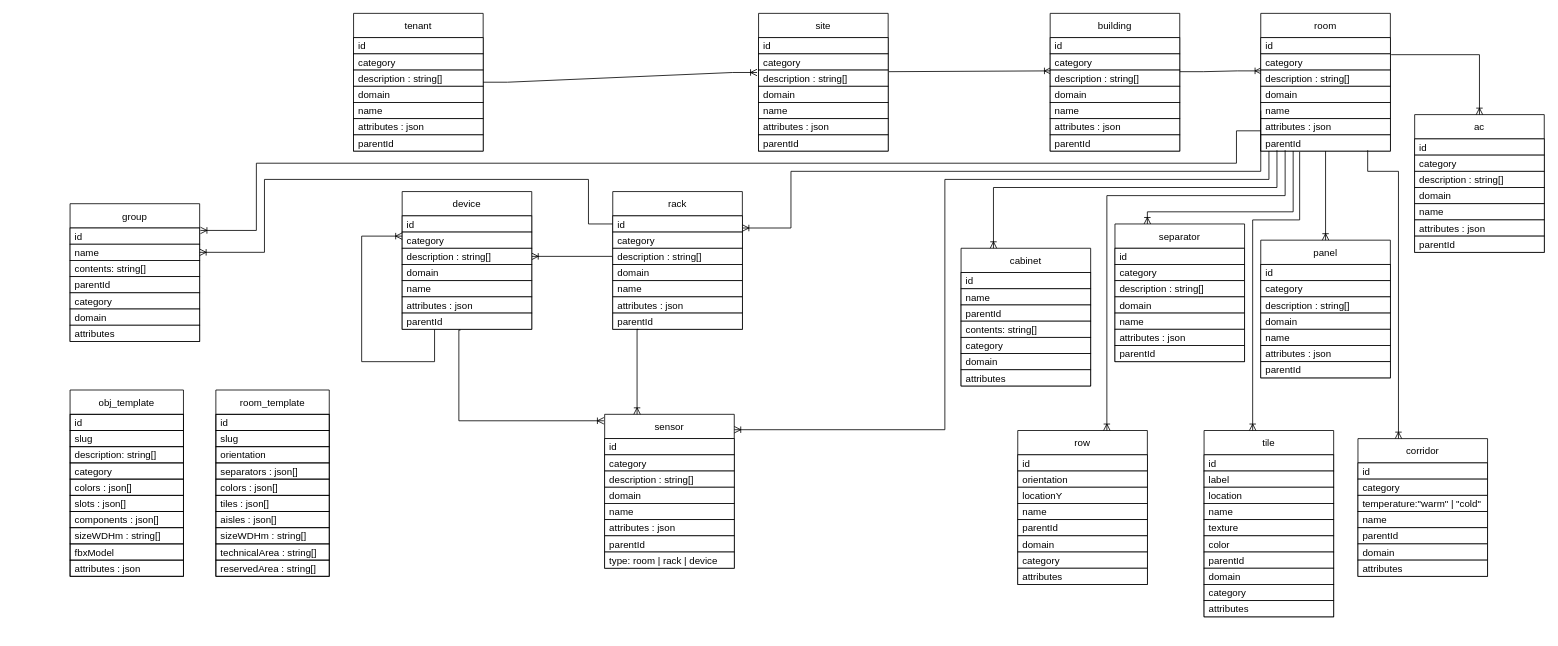
ditrit/OGrEE-Core keeps this draw.io diagram as resources/diagrams/DB.drawio. Above is the earlier version. Source tidied: cells renumbered, new cells numbered last; positions are measured from the earlier drawing's top-left corner, leaving out a move shared by most shapes. Both pictures are drawn from the tidied source at 81%, with x=0, y=0 at pixel (70, 13).
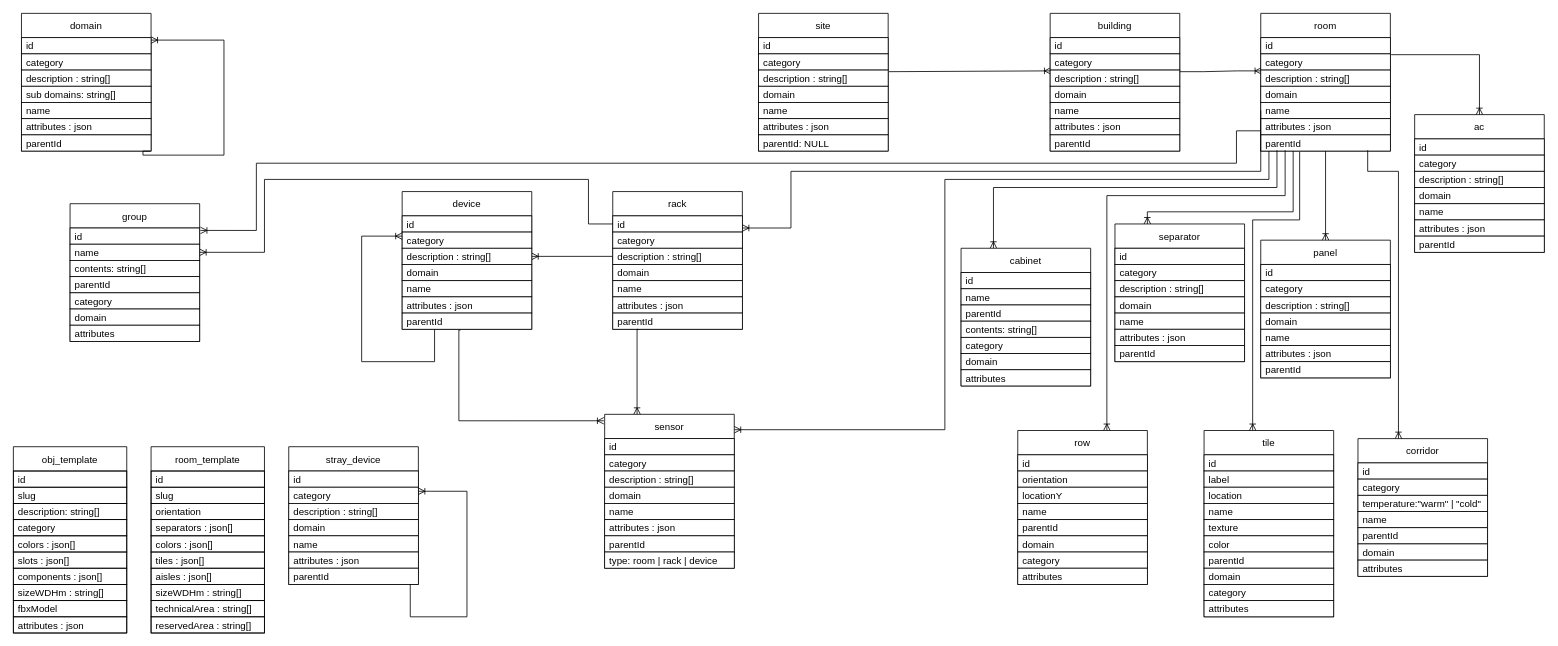
The same page after the edit.

Commit message (it also covers changes not shown here):
Updated DB diagram, createDB in base.go & createdb.js but have not yet deleted Tenants from the project itself yet

The change refers to these unchanged cells:
```xml
<mxCell id="3" value="id" style="text;strokeColor=default;fillColor=default;align=left;verticalAlign=middle;spacingLeft=4;spacingRight=4;overflow=hidden;points=[[0,0.5],[1,0.5]];portConstraint=eastwest;fontColor=default;" parent="2" vertex="1">
  <mxGeometry y="30" width="160" height="20" as="geometry" />
</mxCell>
<mxCell id="9" value="parentId" style="text;strokeColor=default;fillColor=default;align=left;verticalAlign=middle;spacingLeft=4;spacingRight=4;overflow=hidden;points=[[0,0.5],[1,0.5]];portConstraint=eastwest;fontColor=default;" parent="2" vertex="1">
  <mxGeometry y="150" width="160" height="20" as="geometry" />
</mxCell>
<mxCell id="24" value="site" style="swimlane;fontStyle=0;horizontal=1;startSize=30;fillColor=default;strokeColor=default;fontColor=default;" parent="1" vertex="1">
  <mxGeometry x="850" width="160" height="170" as="geometry" />
</mxCell>
<mxCell id="27" value="description : string[]" style="text;strokeColor=default;fillColor=default;align=left;verticalAlign=middle;spacingLeft=4;spacingRight=4;overflow=hidden;points=[[0,0.5],[1,0.5]];portConstraint=eastwest;fontColor=default;" parent="24" vertex="1">
  <mxGeometry y="70" width="160" height="20" as="geometry" />
</mxCell>
```

What changed in the source:
```diff
@@
-    <mxCell id="2" value="tenant" style="swimlane;fontStyle=0;horizontal=1;startSize=30;fillColor=default;strokeColor=default;fontColor=default;" parent="1" vertex="1">
-      <mxGeometry x="350" width="160" height="170" as="geometry" />
+    <mxCell id="2" value="domain" style="swimlane;fontStyle=0;horizontal=1;startSize=30;fillColor=default;strokeColor=default;fontColor=default;" parent="1" vertex="1">
+      <mxGeometry x="-60" width="160" height="170" as="geometry" />
     </mxCell>
@@
-    <mxCell id="6" value="domain" style="text;strokeColor=default;fillColor=default;align=left;verticalAlign=middle;spacingLeft=4;spacingRight=4;overflow=hidden;fontColor=default;" parent="2" vertex="1">
+    <mxCell id="6" value="sub domains: string[]" style="text;strokeColor=default;fillColor=default;align=left;verticalAlign=middle;spacingLeft=4;spacingRight=4;overflow=hidden;fontColor=default;" parent="2" vertex="1">
       <mxGeometry y="90" width="160" height="20" as="geometry" />
     </mxCell>
@@
-    <mxCell id="10" style="endArrow=ERoneToMany;html=1;rounded=0;labelBackgroundColor=default;fontColor=default;strokeColor=default;entryX=-0.012;entryY=0.15;entryDx=0;entryDy=0;exitX=1;exitY=0.5;exitDx=0;exitDy=0;entryPerimeter=0;edgeStyle=entityRelationEdgeStyle;endFill=0;" parent="1" edge="1" source="2" target="27">
-      <mxGeometry relative="1" as="geometry" />
-    </mxCell>
+    <mxCell id="182" style="edgeStyle=orthogonalEdgeStyle;rounded=0;jettySize=auto;html=1;labelBackgroundColor=default;fontColor=default;endArrow=ERoneToMany;endFill=0;strokeColor=default;exitX=0.994;exitY=1;exitDx=0;exitDy=0;exitPerimeter=0;entryX=1;entryY=0.15;entryDx=0;entryDy=0;entryPerimeter=0;" parent="2" edge="1" source="9" target="3">
+      <mxGeometry relative="1" as="geometry">
+        <Array as="points">
+          <mxPoint x="150" y="170" />
+          <mxPoint x="150" y="175" />
+          <mxPoint x="250" y="175" />
+          <mxPoint x="250" y="33" />
+        </Array>
+      </mxGeometry>
+    </mxCell>
@@
     <mxCell id="13" value="room_template" style="swimlane;fontStyle=0;horizontal=1;startSize=30;fontColor=default;strokeColor=default;fillColor=default;" parent="1" vertex="1">
-      <mxGeometry x="180" y="465" width="140" height="230" as="geometry" />
+      <mxGeometry x="100" y="535" width="140" height="230" as="geometry" />
     </mxCell>
@@
-    <mxCell id="31" value="parentId" style="text;strokeColor=default;fillColor=default;align=left;verticalAlign=middle;spacingLeft=4;spacingRight=4;overflow=hidden;fontColor=default;" parent="24" vertex="1">
+    <mxCell id="31" value="parentId: NULL" style="text;strokeColor=default;fillColor=default;align=left;verticalAlign=middle;spacingLeft=4;spacingRight=4;overflow=hidden;fontColor=default;" parent="24" vertex="1">
       <mxGeometry y="150" width="160" height="20" as="geometry" />
     </mxCell>
@@
     <mxCell id="70" value="obj_template" style="swimlane;fontStyle=0;horizontal=1;startSize=30;fontColor=default;strokeColor=default;fillColor=default;" parent="1" vertex="1">
-      <mxGeometry y="465" width="140" height="230" as="geometry" />
+      <mxGeometry x="-70" y="535" width="140" height="230" as="geometry" />
     </mxCell>
@@
+    <mxCell id="183" value="stray_device" style="swimlane;fontStyle=0;horizontal=1;startSize=30;fillColor=default;strokeColor=default;fontColor=default;" parent="1" vertex="1">
+      <mxGeometry x="270" y="535" width="160" height="170" as="geometry" />
+    </mxCell>
+    <mxCell id="184" value="id" style="text;strokeColor=default;fillColor=default;align=left;verticalAlign=middle;spacingLeft=4;spacingRight=4;overflow=hidden;fontColor=default;" parent="183" vertex="1">
+      <mxGeometry y="30" width="160" height="20" as="geometry" />
+    </mxCell>
+    <mxCell id="185" value="category" style="text;strokeColor=default;fillColor=default;align=left;verticalAlign=middle;spacingLeft=4;spacingRight=4;overflow=hidden;fontColor=default;" parent="183" vertex="1">
+      <mxGeometry y="50" width="160" height="20" as="geometry" />
+    </mxCell>
+    <mxCell id="186" value="description : string[]" style="text;strokeColor=default;fillColor=default;align=left;verticalAlign=middle;spacingLeft=4;spacingRight=4;overflow=hidden;fontColor=default;" parent="183" vertex="1">
+      <mxGeometry y="70" width="160" height="20" as="geometry" />
+    </mxCell>
+    <mxCell id="187" value="domain" style="text;strokeColor=default;fillColor=default;align=left;verticalAlign=middle;spacingLeft=4;spacingRight=4;overflow=hidden;fontColor=default;" parent="183" vertex="1">
+      <mxGeometry y="90" width="160" height="20" as="geometry" />
+    </mxCell>
+    <mxCell id="188" value="name" style="text;strokeColor=default;fillColor=default;align=left;verticalAlign=middle;spacingLeft=4;spacingRight=4;overflow=hidden;fontColor=default;" parent="183" vertex="1">
+      <mxGeometry y="110" width="160" height="20" as="geometry" />
+    </mxCell>
+    <mxCell id="189" value="attributes : json" style="text;strokeColor=default;fillColor=default;align=left;verticalAlign=middle;spacingLeft=4;spacingRight=4;overflow=hidden;fontColor=default;" parent="183" vertex="1">
+      <mxGeometry y="130" width="160" height="20" as="geometry" />
+    </mxCell>
+    <mxCell id="190" value="parentId" style="text;strokeColor=default;fillColor=default;align=left;verticalAlign=middle;spacingLeft=4;spacingRight=4;overflow=hidden;fontColor=default;" parent="183" vertex="1">
+      <mxGeometry y="150" width="160" height="20" as="geometry" />
+    </mxCell>
+    <mxCell id="191" style="edgeStyle=orthogonalEdgeStyle;rounded=0;orthogonalLoop=1;jettySize=auto;html=1;labelBackgroundColor=default;fontColor=default;endArrow=ERoneToMany;endFill=0;strokeColor=default;" parent="183" edge="1">
+      <mxGeometry relative="1" as="geometry">
+        <mxPoint x="150" y="170" as="sourcePoint" />
+        <mxPoint x="160" y="55" as="targetPoint" />
+        <Array as="points">
+          <mxPoint x="150" y="173" />
+          <mxPoint x="150" y="210" />
+          <mxPoint x="220" y="210" />
+          <mxPoint x="220" y="55" />
+        </Array>
+      </mxGeometry>
+    </mxCell>
```
